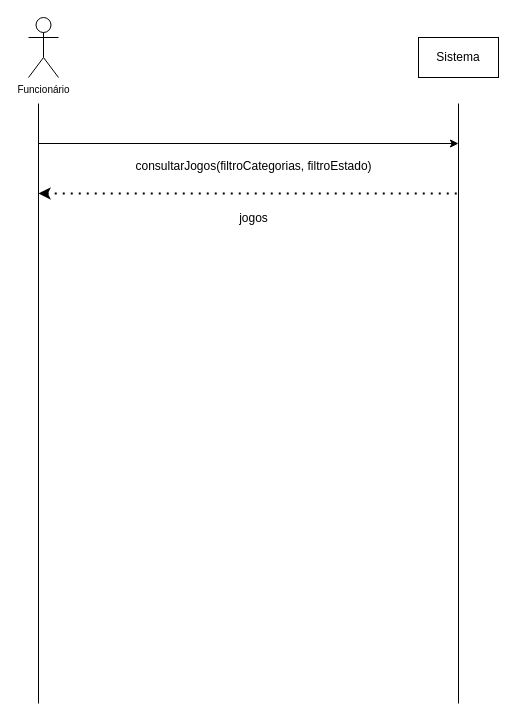
The draw.io diagram ssd4.drawio in luccamarshall/DCO, before the edit. Source tidied: cells renumbered, new cells numbered last; positions are measured from the earlier drawing's top-left corner, leaving out a move shared by most shapes. Both pictures are drawn from the tidied source at 100%, with x=0, y=0 at pixel (28, 17).
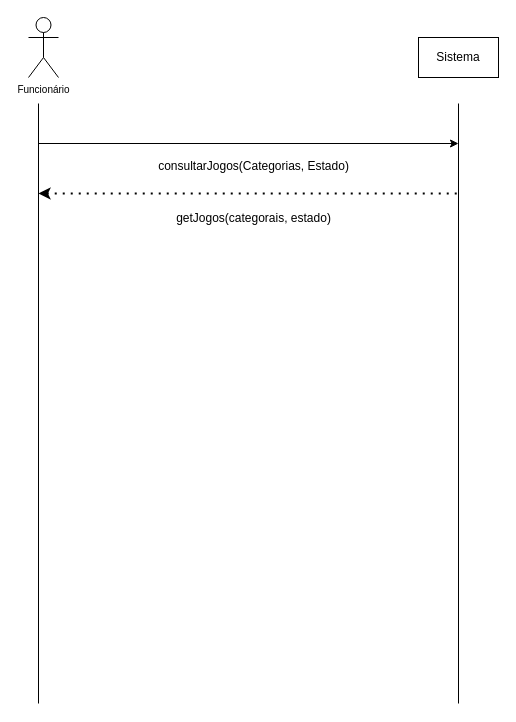
Above is the later version.

The edit, as a diff of the source:
```diff
@@
 <mxGraphModel>
   <root>
     <mxCell id="0" />
     <mxCell id="1" parent="0" />
     <mxCell id="2" value="&lt;sup&gt;Funcionário&lt;/sup&gt;" style="shape=umlActor;verticalLabelPosition=bottom;verticalAlign=top;html=1;" parent="1" vertex="1">
       <mxGeometry width="30" height="60" as="geometry" />
     </mxCell>
     <mxCell id="3" style="endArrow=none;html=1;rounded=0;" parent="1" edge="1">
       <mxGeometry relative="1" as="geometry">
         <mxPoint x="10" y="686" as="sourcePoint" />
         <mxPoint x="10" y="86" as="targetPoint" />
       </mxGeometry>
     </mxCell>
     <mxCell id="4" style="endArrow=classic;html=1;rounded=0;" parent="1" edge="1">
       <mxGeometry relative="1" as="geometry">
         <mxPoint x="10" y="126" as="sourcePoint" />
         <mxPoint x="430" y="126" as="targetPoint" />
       </mxGeometry>
     </mxCell>
-    <mxCell id="5" value="consultarJogos(filtroCategorias, filtroEstado)" style="text;html=1;align=center;verticalAlign=middle;strokeColor=none;fillColor=none;" parent="1" vertex="1">
-      <mxGeometry x="95" y="134" width="260" height="30" as="geometry" />
+    <mxCell id="5" value="consultarJogos(Categorias, Estado)" style="text;html=1;align=center;verticalAlign=middle;strokeColor=none;fillColor=none;" parent="1" vertex="1">
+      <mxGeometry x="120" y="134" width="210" height="30" as="geometry" />
     </mxCell>
     <mxCell id="6" style="endArrow=none;html=1;rounded=0;" parent="1" edge="1">
       <mxGeometry relative="1" as="geometry">
         <mxPoint x="430" y="686" as="sourcePoint" />
         <mxPoint x="430" y="86" as="targetPoint" />
       </mxGeometry>
     </mxCell>
     <mxCell id="7" style="endArrow=none;dashed=1;html=1;dashPattern=1 3;strokeWidth=2;rounded=0;startArrow=classic;startFill=1;" parent="1" edge="1">
       <mxGeometry relative="1" as="geometry">
         <mxPoint x="10" y="176" as="sourcePoint" />
         <mxPoint x="430" y="176" as="targetPoint" />
       </mxGeometry>
     </mxCell>
-    <mxCell id="8" value="jogos" style="text;html=1;align=center;verticalAlign=middle;strokeColor=none;fillColor=none;" parent="1" vertex="1">
-      <mxGeometry x="200" y="186" width="50" height="30" as="geometry" />
+    <mxCell id="8" value="getJogos(categorais, estado)" style="text;html=1;align=center;verticalAlign=middle;strokeColor=none;fillColor=none;" parent="1" vertex="1">
+      <mxGeometry x="135" y="186" width="180" height="30" as="geometry" />
     </mxCell>
     <mxCell id="9" value="Sistema" style="rounded=0;whiteSpace=wrap;html=1;" parent="1" vertex="1">
       <mxGeometry x="390" y="20" width="80" height="40" as="geometry" />
     </mxCell>
   </root>
 </mxGraphModel>
```
